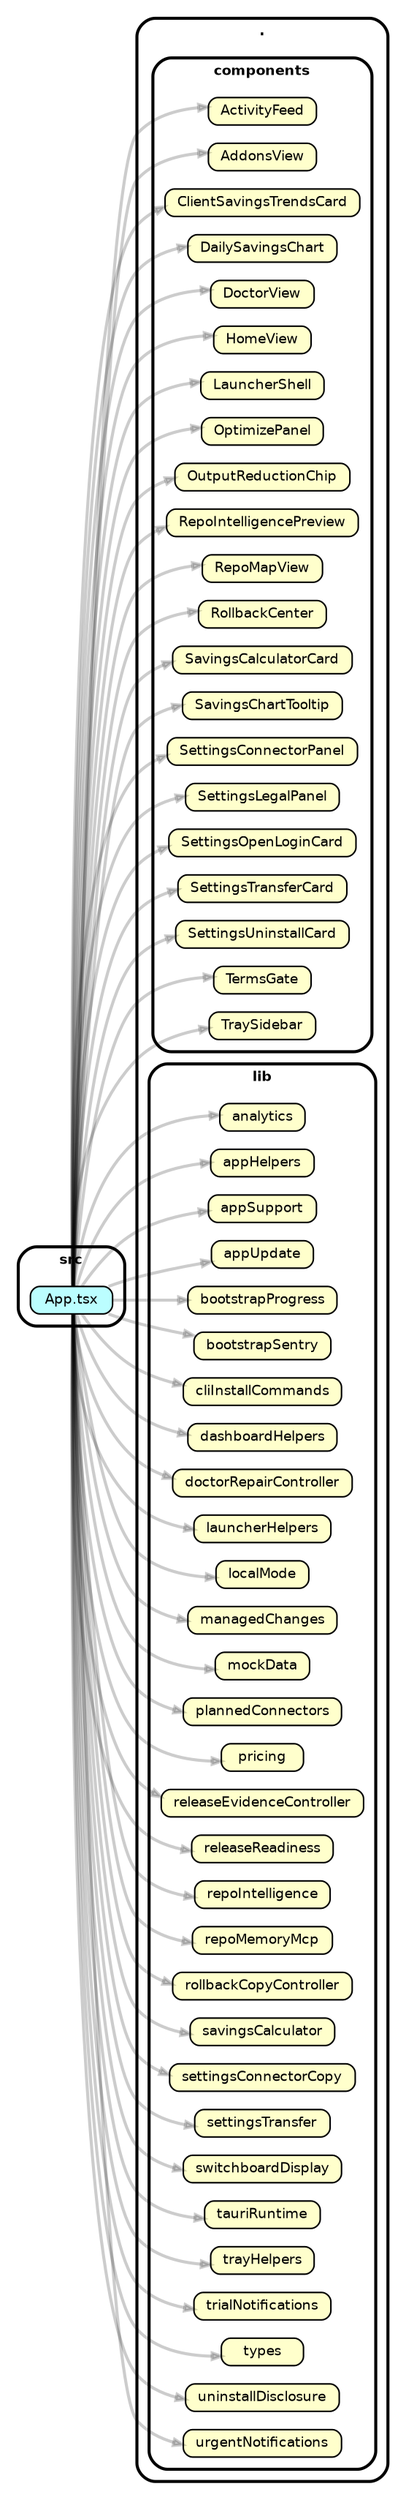
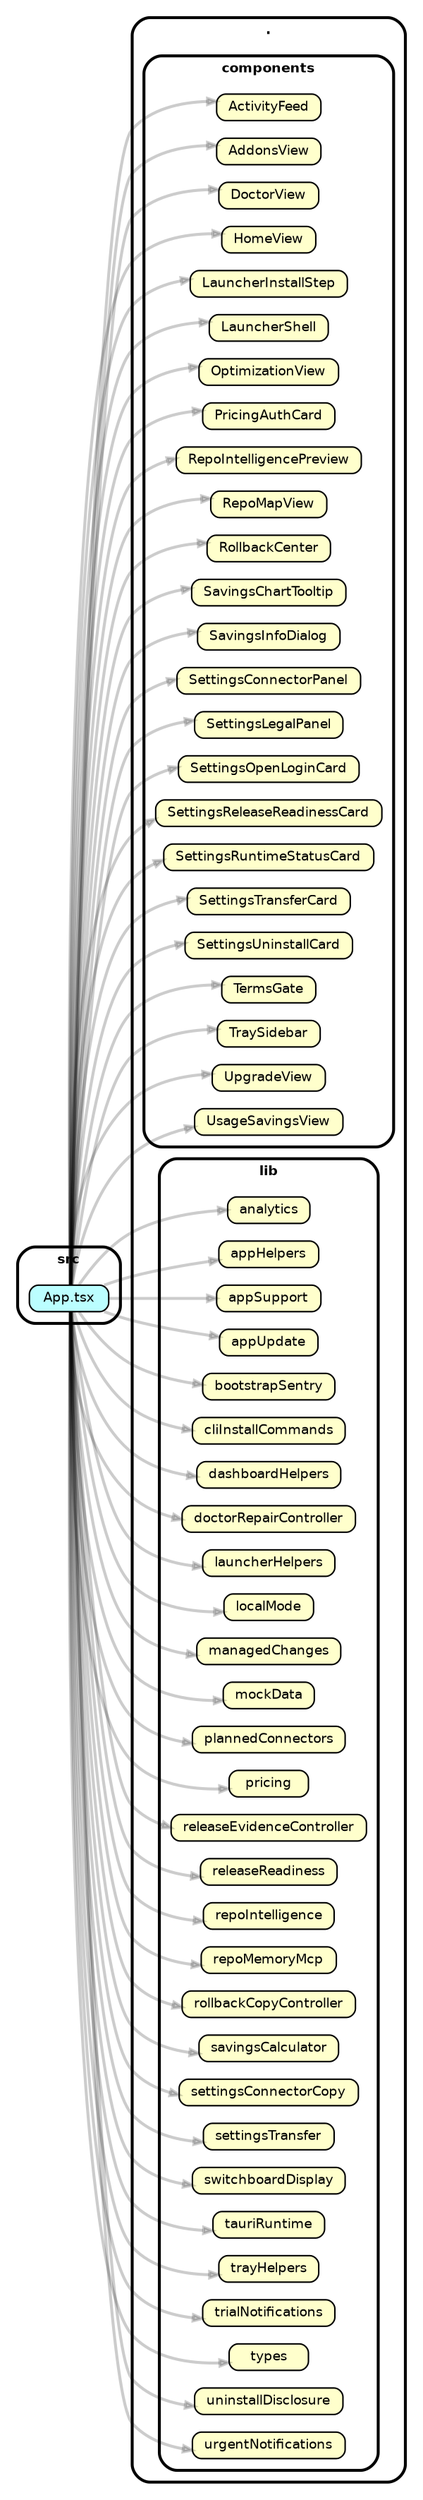
strict digraph "dependency-cruiser output"{
    rankdir="LR" splines="true" overlap="false" nodesep="0.16" ranksep="0.18" fontname="Helvetica-bold" fontsize="9" style="rounded,bold,filled" fillcolor="#ffffff" compound="true"
    node [shape="box" style="rounded, filled" height="0.2" color="black" fillcolor="#ffffcc" fontcolor="black" fontname="Helvetica" fontsize="9"]
    edge [arrowhead="normal" arrowsize="0.6" penwidth="2.0" color="#00000033" fontname="Helvetica" fontsize="9"]

    subgraph "cluster_." {label="." subgraph "cluster_./components" {label="components" "./components/ActivityFeed" [label=<ActivityFeed> tooltip="ActivityFeed" ] } }
    subgraph "cluster_." {label="." subgraph "cluster_./components" {label="components" "./components/AddonsView" [label=<AddonsView> tooltip="AddonsView" ] } }
-     subgraph "cluster_." {label="." subgraph "cluster_./components" {label="components" "./components/ClientSavingsTrendsCard" [label=<ClientSavingsTrendsCard> tooltip="ClientSavingsTrendsCard" ] } }
-     subgraph "cluster_." {label="." subgraph "cluster_./components" {label="components" "./components/DailySavingsChart" [label=<DailySavingsChart> tooltip="DailySavingsChart" ] } }
    subgraph "cluster_." {label="." subgraph "cluster_./components" {label="components" "./components/DoctorView" [label=<DoctorView> tooltip="DoctorView" ] } }
    subgraph "cluster_." {label="." subgraph "cluster_./components" {label="components" "./components/HomeView" [label=<HomeView> tooltip="HomeView" ] } }
+     subgraph "cluster_." {label="." subgraph "cluster_./components" {label="components" "./components/LauncherInstallStep" [label=<LauncherInstallStep> tooltip="LauncherInstallStep" ] } }
    subgraph "cluster_." {label="." subgraph "cluster_./components" {label="components" "./components/LauncherShell" [label=<LauncherShell> tooltip="LauncherShell" ] } }
-     subgraph "cluster_." {label="." subgraph "cluster_./components" {label="components" "./components/OptimizePanel" [label=<OptimizePanel> tooltip="OptimizePanel" ] } }
-     subgraph "cluster_." {label="." subgraph "cluster_./components" {label="components" "./components/OutputReductionChip" [label=<OutputReductionChip> tooltip="OutputReductionChip" ] } }
+     subgraph "cluster_." {label="." subgraph "cluster_./components" {label="components" "./components/OptimizationView" [label=<OptimizationView> tooltip="OptimizationView" ] } }
+     subgraph "cluster_." {label="." subgraph "cluster_./components" {label="components" "./components/PricingAuthCard" [label=<PricingAuthCard> tooltip="PricingAuthCard" ] } }
    subgraph "cluster_." {label="." subgraph "cluster_./components" {label="components" "./components/RepoIntelligencePreview" [label=<RepoIntelligencePreview> tooltip="RepoIntelligencePreview" ] } }
    subgraph "cluster_." {label="." subgraph "cluster_./components" {label="components" "./components/RepoMapView" [label=<RepoMapView> tooltip="RepoMapView" ] } }
    subgraph "cluster_." {label="." subgraph "cluster_./components" {label="components" "./components/RollbackCenter" [label=<RollbackCenter> tooltip="RollbackCenter" ] } }
-     subgraph "cluster_." {label="." subgraph "cluster_./components" {label="components" "./components/SavingsCalculatorCard" [label=<SavingsCalculatorCard> tooltip="SavingsCalculatorCard" ] } }
    subgraph "cluster_." {label="." subgraph "cluster_./components" {label="components" "./components/SavingsChartTooltip" [label=<SavingsChartTooltip> tooltip="SavingsChartTooltip" ] } }
+     subgraph "cluster_." {label="." subgraph "cluster_./components" {label="components" "./components/SavingsInfoDialog" [label=<SavingsInfoDialog> tooltip="SavingsInfoDialog" ] } }
    subgraph "cluster_." {label="." subgraph "cluster_./components" {label="components" "./components/SettingsConnectorPanel" [label=<SettingsConnectorPanel> tooltip="SettingsConnectorPanel" ] } }
    subgraph "cluster_." {label="." subgraph "cluster_./components" {label="components" "./components/SettingsLegalPanel" [label=<SettingsLegalPanel> tooltip="SettingsLegalPanel" ] } }
    subgraph "cluster_." {label="." subgraph "cluster_./components" {label="components" "./components/SettingsOpenLoginCard" [label=<SettingsOpenLoginCard> tooltip="SettingsOpenLoginCard" ] } }
+     subgraph "cluster_." {label="." subgraph "cluster_./components" {label="components" "./components/SettingsReleaseReadinessCard" [label=<SettingsReleaseReadinessCard> tooltip="SettingsReleaseReadinessCard" ] } }
+     subgraph "cluster_." {label="." subgraph "cluster_./components" {label="components" "./components/SettingsRuntimeStatusCard" [label=<SettingsRuntimeStatusCard> tooltip="SettingsRuntimeStatusCard" ] } }
    subgraph "cluster_." {label="." subgraph "cluster_./components" {label="components" "./components/SettingsTransferCard" [label=<SettingsTransferCard> tooltip="SettingsTransferCard" ] } }
    subgraph "cluster_." {label="." subgraph "cluster_./components" {label="components" "./components/SettingsUninstallCard" [label=<SettingsUninstallCard> tooltip="SettingsUninstallCard" ] } }
    subgraph "cluster_." {label="." subgraph "cluster_./components" {label="components" "./components/TermsGate" [label=<TermsGate> tooltip="TermsGate" ] } }
    subgraph "cluster_." {label="." subgraph "cluster_./components" {label="components" "./components/TraySidebar" [label=<TraySidebar> tooltip="TraySidebar" ] } }
+     subgraph "cluster_." {label="." subgraph "cluster_./components" {label="components" "./components/UpgradeView" [label=<UpgradeView> tooltip="UpgradeView" ] } }
+     subgraph "cluster_." {label="." subgraph "cluster_./components" {label="components" "./components/UsageSavingsView" [label=<UsageSavingsView> tooltip="UsageSavingsView" ] } }
    subgraph "cluster_." {label="." subgraph "cluster_./lib" {label="lib" "./lib/analytics" [label=<analytics> tooltip="analytics" ] } }
    subgraph "cluster_." {label="." subgraph "cluster_./lib" {label="lib" "./lib/appHelpers" [label=<appHelpers> tooltip="appHelpers" ] } }
    subgraph "cluster_." {label="." subgraph "cluster_./lib" {label="lib" "./lib/appSupport" [label=<appSupport> tooltip="appSupport" ] } }
    subgraph "cluster_." {label="." subgraph "cluster_./lib" {label="lib" "./lib/appUpdate" [label=<appUpdate> tooltip="appUpdate" ] } }
-     subgraph "cluster_." {label="." subgraph "cluster_./lib" {label="lib" "./lib/bootstrapProgress" [label=<bootstrapProgress> tooltip="bootstrapProgress" ] } }
    subgraph "cluster_." {label="." subgraph "cluster_./lib" {label="lib" "./lib/bootstrapSentry" [label=<bootstrapSentry> tooltip="bootstrapSentry" ] } }
    subgraph "cluster_." {label="." subgraph "cluster_./lib" {label="lib" "./lib/cliInstallCommands" [label=<cliInstallCommands> tooltip="cliInstallCommands" ] } }
    subgraph "cluster_." {label="." subgraph "cluster_./lib" {label="lib" "./lib/dashboardHelpers" [label=<dashboardHelpers> tooltip="dashboardHelpers" ] } }
    subgraph "cluster_." {label="." subgraph "cluster_./lib" {label="lib" "./lib/doctorRepairController" [label=<doctorRepairController> tooltip="doctorRepairController" ] } }
    subgraph "cluster_." {label="." subgraph "cluster_./lib" {label="lib" "./lib/launcherHelpers" [label=<launcherHelpers> tooltip="launcherHelpers" ] } }
    subgraph "cluster_." {label="." subgraph "cluster_./lib" {label="lib" "./lib/localMode" [label=<localMode> tooltip="localMode" ] } }
    subgraph "cluster_." {label="." subgraph "cluster_./lib" {label="lib" "./lib/managedChanges" [label=<managedChanges> tooltip="managedChanges" ] } }
    subgraph "cluster_." {label="." subgraph "cluster_./lib" {label="lib" "./lib/mockData" [label=<mockData> tooltip="mockData" ] } }
    subgraph "cluster_." {label="." subgraph "cluster_./lib" {label="lib" "./lib/plannedConnectors" [label=<plannedConnectors> tooltip="plannedConnectors" ] } }
    subgraph "cluster_." {label="." subgraph "cluster_./lib" {label="lib" "./lib/pricing" [label=<pricing> tooltip="pricing" ] } }
    subgraph "cluster_." {label="." subgraph "cluster_./lib" {label="lib" "./lib/releaseEvidenceController" [label=<releaseEvidenceController> tooltip="releaseEvidenceController" ] } }
    subgraph "cluster_." {label="." subgraph "cluster_./lib" {label="lib" "./lib/releaseReadiness" [label=<releaseReadiness> tooltip="releaseReadiness" ] } }
    subgraph "cluster_." {label="." subgraph "cluster_./lib" {label="lib" "./lib/repoIntelligence" [label=<repoIntelligence> tooltip="repoIntelligence" ] } }
    subgraph "cluster_." {label="." subgraph "cluster_./lib" {label="lib" "./lib/repoMemoryMcp" [label=<repoMemoryMcp> tooltip="repoMemoryMcp" ] } }
    subgraph "cluster_." {label="." subgraph "cluster_./lib" {label="lib" "./lib/rollbackCopyController" [label=<rollbackCopyController> tooltip="rollbackCopyController" ] } }
    subgraph "cluster_." {label="." subgraph "cluster_./lib" {label="lib" "./lib/savingsCalculator" [label=<savingsCalculator> tooltip="savingsCalculator" ] } }
    subgraph "cluster_." {label="." subgraph "cluster_./lib" {label="lib" "./lib/settingsConnectorCopy" [label=<settingsConnectorCopy> tooltip="settingsConnectorCopy" ] } }
    subgraph "cluster_." {label="." subgraph "cluster_./lib" {label="lib" "./lib/settingsTransfer" [label=<settingsTransfer> tooltip="settingsTransfer" ] } }
    subgraph "cluster_." {label="." subgraph "cluster_./lib" {label="lib" "./lib/switchboardDisplay" [label=<switchboardDisplay> tooltip="switchboardDisplay" ] } }
    subgraph "cluster_." {label="." subgraph "cluster_./lib" {label="lib" "./lib/tauriRuntime" [label=<tauriRuntime> tooltip="tauriRuntime" ] } }
    subgraph "cluster_." {label="." subgraph "cluster_./lib" {label="lib" "./lib/trayHelpers" [label=<trayHelpers> tooltip="trayHelpers" ] } }
    subgraph "cluster_." {label="." subgraph "cluster_./lib" {label="lib" "./lib/trialNotifications" [label=<trialNotifications> tooltip="trialNotifications" ] } }
    subgraph "cluster_." {label="." subgraph "cluster_./lib" {label="lib" "./lib/types" [label=<types> tooltip="types" ] } }
    subgraph "cluster_." {label="." subgraph "cluster_./lib" {label="lib" "./lib/uninstallDisclosure" [label=<uninstallDisclosure> tooltip="uninstallDisclosure" ] } }
    subgraph "cluster_." {label="." subgraph "cluster_./lib" {label="lib" "./lib/urgentNotifications" [label=<urgentNotifications> tooltip="urgentNotifications" ] } }
    subgraph "cluster_src" {label="src" "src/App.tsx" [label=<App.tsx> tooltip="App.tsx" URL="src/App.tsx" fillcolor="#bbfeff"] }
    "src/App.tsx" -> "./components/ActivityFeed"
    "src/App.tsx" -> "./components/AddonsView"
-     "src/App.tsx" -> "./components/ClientSavingsTrendsCard"
-     "src/App.tsx" -> "./components/DailySavingsChart"
    "src/App.tsx" -> "./components/DoctorView"
    "src/App.tsx" -> "./components/HomeView"
+     "src/App.tsx" -> "./components/LauncherInstallStep"
    "src/App.tsx" -> "./components/LauncherShell"
-     "src/App.tsx" -> "./components/OptimizePanel"
-     "src/App.tsx" -> "./components/OutputReductionChip"
+     "src/App.tsx" -> "./components/OptimizationView"
+     "src/App.tsx" -> "./components/PricingAuthCard"
    "src/App.tsx" -> "./components/RepoIntelligencePreview"
    "src/App.tsx" -> "./components/RepoMapView"
    "src/App.tsx" -> "./components/RollbackCenter"
-     "src/App.tsx" -> "./components/SavingsCalculatorCard"
    "src/App.tsx" -> "./components/SavingsChartTooltip"
+     "src/App.tsx" -> "./components/SavingsInfoDialog"
    "src/App.tsx" -> "./components/SettingsConnectorPanel"
    "src/App.tsx" -> "./components/SettingsLegalPanel"
    "src/App.tsx" -> "./components/SettingsOpenLoginCard"
+     "src/App.tsx" -> "./components/SettingsReleaseReadinessCard"
+     "src/App.tsx" -> "./components/SettingsRuntimeStatusCard"
    "src/App.tsx" -> "./components/SettingsTransferCard"
    "src/App.tsx" -> "./components/SettingsUninstallCard"
    "src/App.tsx" -> "./components/TermsGate"
    "src/App.tsx" -> "./components/TraySidebar"
+     "src/App.tsx" -> "./components/UpgradeView"
+     "src/App.tsx" -> "./components/UsageSavingsView"
    "src/App.tsx" -> "./lib/analytics"
    "src/App.tsx" -> "./lib/appHelpers"
    "src/App.tsx" -> "./lib/appSupport"
    "src/App.tsx" -> "./lib/appUpdate"
-     "src/App.tsx" -> "./lib/bootstrapProgress"
    "src/App.tsx" -> "./lib/bootstrapSentry"
    "src/App.tsx" -> "./lib/cliInstallCommands"
    "src/App.tsx" -> "./lib/dashboardHelpers"
    "src/App.tsx" -> "./lib/doctorRepairController"
    "src/App.tsx" -> "./lib/launcherHelpers"
    "src/App.tsx" -> "./lib/localMode"
    "src/App.tsx" -> "./lib/managedChanges"
    "src/App.tsx" -> "./lib/mockData"
    "src/App.tsx" -> "./lib/plannedConnectors"
    "src/App.tsx" -> "./lib/pricing"
    "src/App.tsx" -> "./lib/releaseEvidenceController"
    "src/App.tsx" -> "./lib/releaseReadiness"
    "src/App.tsx" -> "./lib/repoIntelligence"
    "src/App.tsx" -> "./lib/repoMemoryMcp"
    "src/App.tsx" -> "./lib/rollbackCopyController"
    "src/App.tsx" -> "./lib/savingsCalculator"
    "src/App.tsx" -> "./lib/settingsConnectorCopy"
    "src/App.tsx" -> "./lib/settingsTransfer"
    "src/App.tsx" -> "./lib/switchboardDisplay"
    "src/App.tsx" -> "./lib/tauriRuntime"
    "src/App.tsx" -> "./lib/trayHelpers"
    "src/App.tsx" -> "./lib/trialNotifications"
    "src/App.tsx" -> "./lib/types"
    "src/App.tsx" -> "./lib/uninstallDisclosure"
    "src/App.tsx" -> "./lib/urgentNotifications"
}
